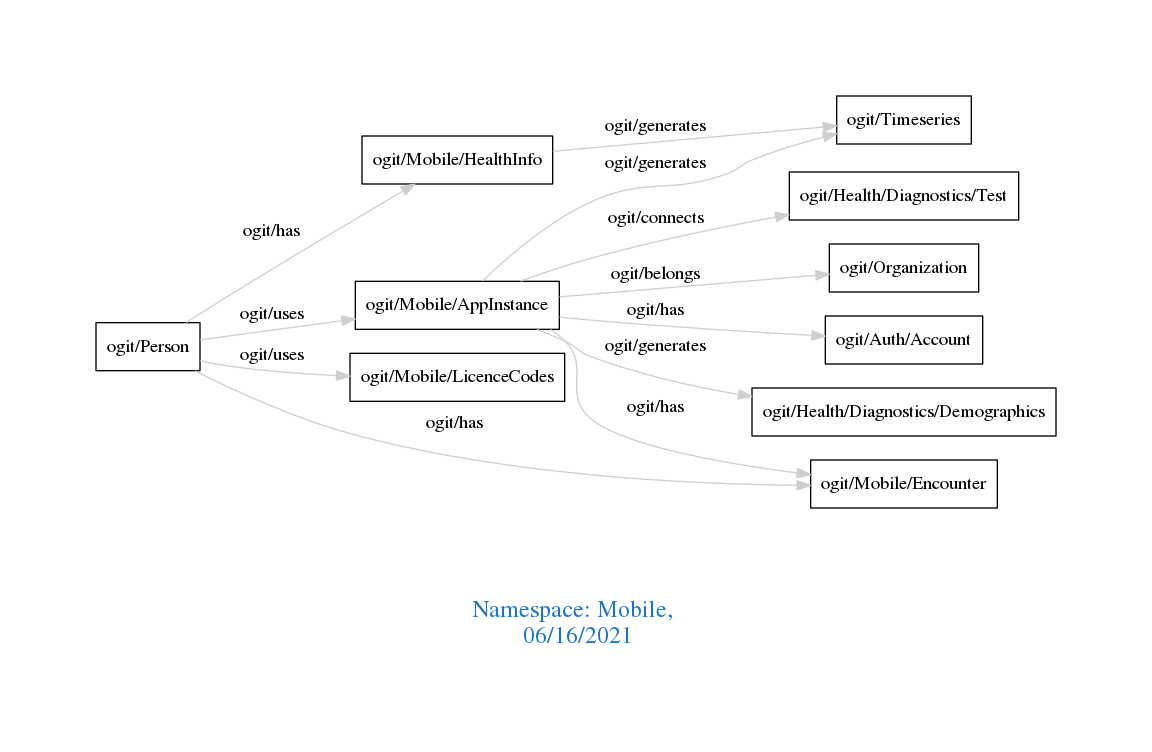
arago/OGIT keeps this Graphviz diagram as downloads/Mobile.png. Above is the earlier version. Its source is kept beside it as downloads/Mobile.dot.
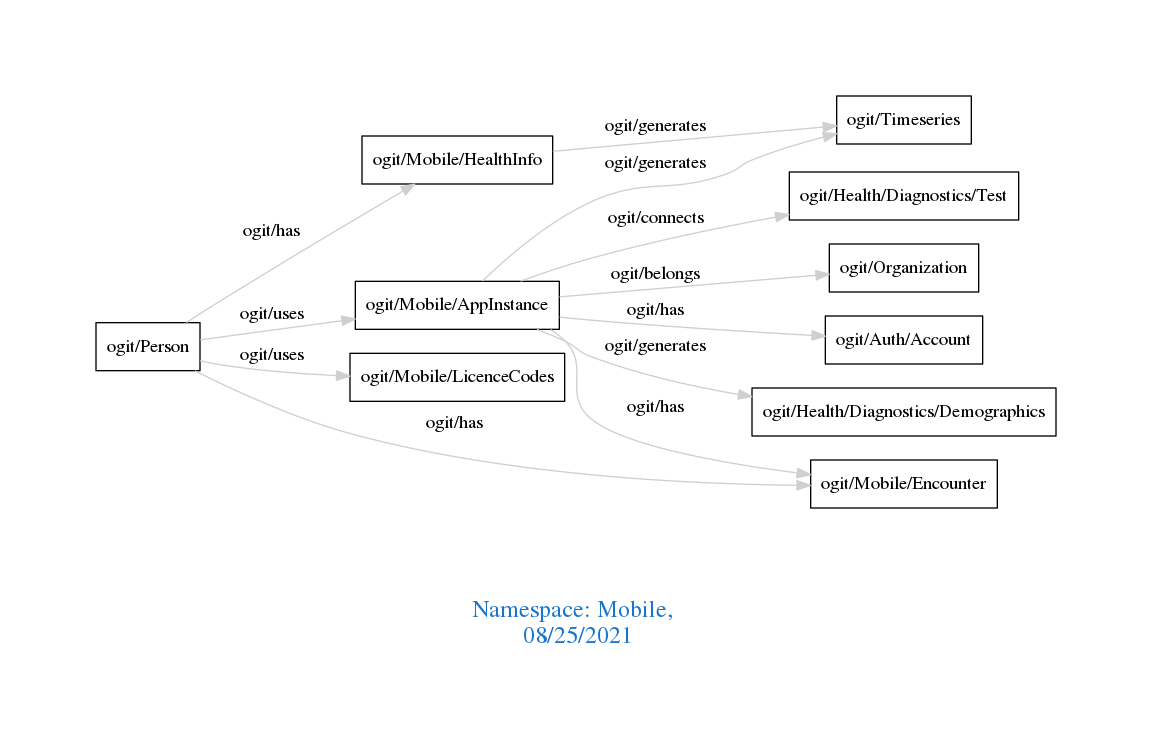
After the change.

Change to the diagram source:
```diff
@@ -1,7 +1,7 @@
 digraph OGIT_ontology {
  graph [ rankdir= LR,pad=1
 fontsize = 18,
-fontcolor= dodgerblue3,label = "\n\n\nNamespace: Mobile, \n 06/16/2021"];
+fontcolor= dodgerblue3,label = "\n\n\nNamespace: Mobile, \n 08/25/2021"];
 node[shape=polygon];
 edge [  color="gray81"];
 
```
